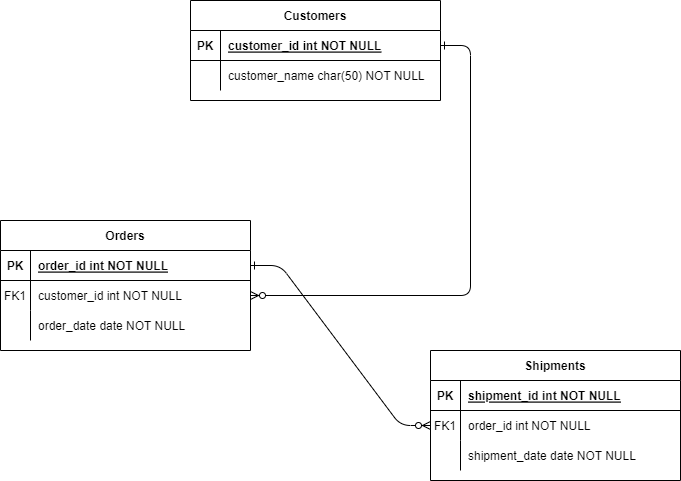
The draw.io diagram imgs/Diagrama sem nome.drawio.png in DeividXupon/Diagramas, before a commit. Source tidied: cells renumbered, new cells last; positions are measured from the earlier drawing's top-left corner, leaving out a move shared by most shapes.
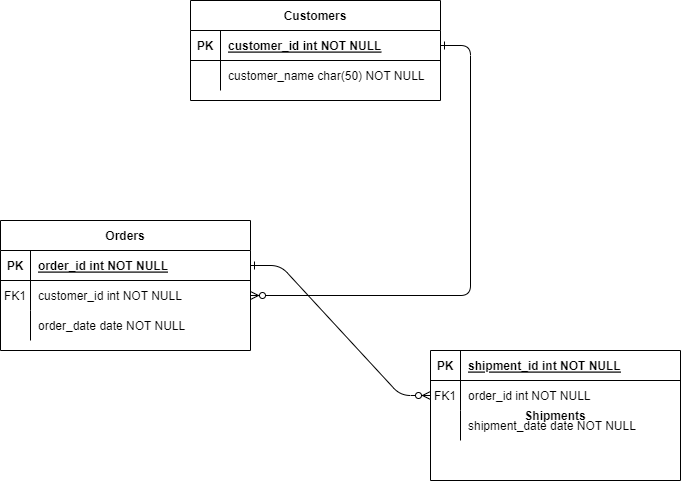
After the commit.

Change to the diagram source:
```diff
@@ -38,11 +38,11 @@
     <mxCell id="13" value="order_date date NOT NULL" style="shape=partialRectangle;overflow=hidden;fillColor=none;top=0;left=0;bottom=0;right=0;align=left;spacingLeft=6;" parent="11" vertex="1">
       <mxGeometry x="30" width="220" height="30" as="geometry" />
     </mxCell>
-    <mxCell id="14" value="Shipments" style="shape=table;startSize=30;rowLines=0;fontStyle=1;align=center;" parent="1" vertex="1">
+    <mxCell id="14" value="Shipments" style="shape=table;startSize=0;rowLines=0;fontStyle=1;align=center;" parent="1" vertex="1">
       <mxGeometry x="430" y="350" width="250" height="130" as="geometry" />
     </mxCell>
     <mxCell id="15" style="shape=partialRectangle;fillColor=none;top=0;left=0;right=0;bottom=1;" parent="14" vertex="1">
-      <mxGeometry y="30" width="250" height="30" as="geometry" />
+      <mxGeometry width="250" height="30" as="geometry" />
     </mxCell>
     <mxCell id="16" value="PK" style="shape=partialRectangle;overflow=hidden;fillColor=none;top=0;left=0;bottom=0;right=0;fontStyle=1;" parent="15" vertex="1">
       <mxGeometry width="30" height="30" as="geometry" />
@@ -51,7 +51,7 @@
       <mxGeometry x="30" width="220" height="30" as="geometry" />
     </mxCell>
     <mxCell id="18" style="shape=partialRectangle;fillColor=none;points=[[0,0.5],[1,0.5]];portConstraint=eastwest;top=0;left=0;right=0;bottom=0;" parent="14" vertex="1">
-      <mxGeometry y="60" width="250" height="30" as="geometry" />
+      <mxGeometry y="30" width="250" height="30" as="geometry" />
     </mxCell>
     <mxCell id="19" value="FK1" style="shape=partialRectangle;overflow=hidden;fillColor=none;top=0;left=0;bottom=0;right=0;" parent="18" vertex="1">
       <mxGeometry width="30" height="30" as="geometry" />
@@ -60,7 +60,7 @@
       <mxGeometry x="30" width="220" height="30" as="geometry" />
     </mxCell>
     <mxCell id="21" style="shape=partialRectangle;fillColor=none;top=0;left=0;right=0;bottom=0;" parent="14" vertex="1">
-      <mxGeometry y="90" width="250" height="30" as="geometry" />
+      <mxGeometry y="60" width="250" height="30" as="geometry" />
     </mxCell>
     <mxCell id="22" style="shape=partialRectangle;overflow=hidden;fillColor=none;top=0;left=0;bottom=0;right=0;" parent="21" vertex="1">
       <mxGeometry width="30" height="30" as="geometry" />
```
